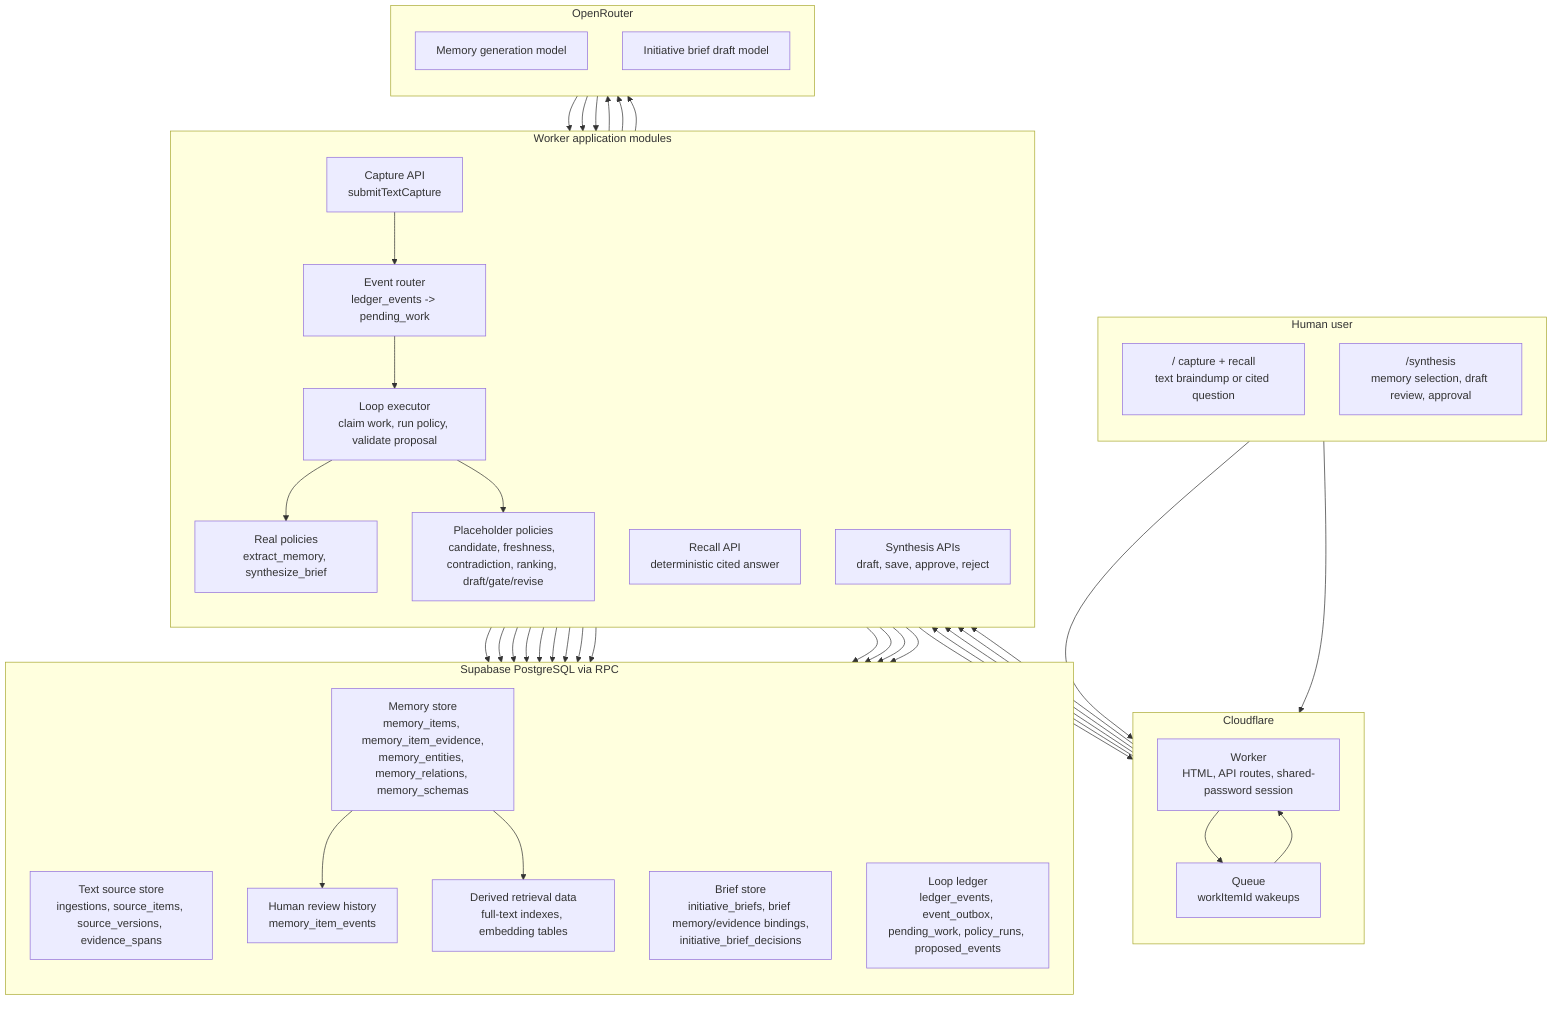
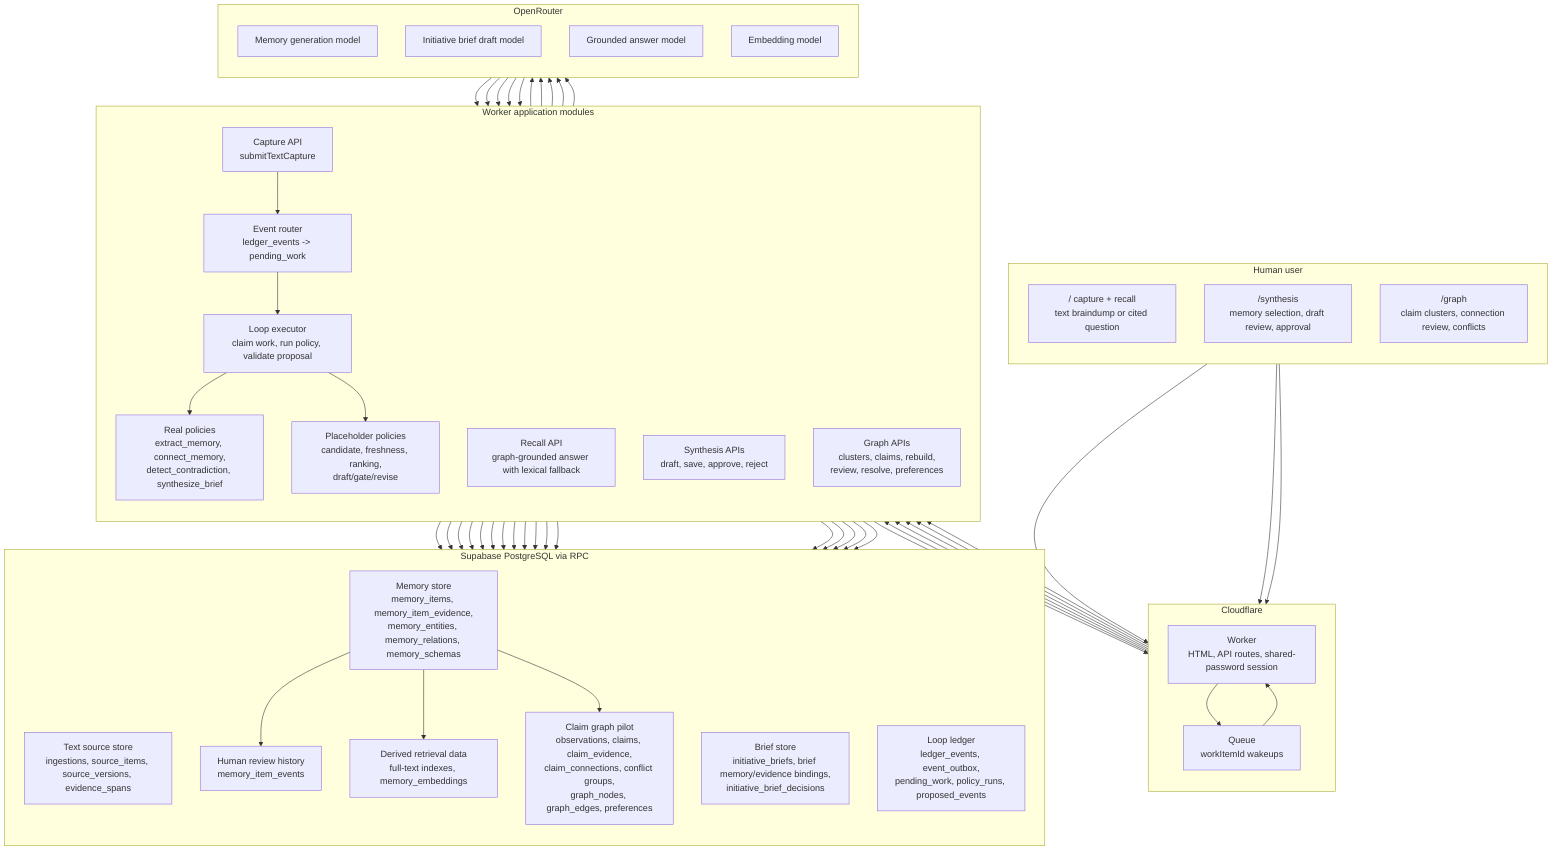
flowchart TB

%% DISTILLERY CURRENT SYSTEM
- %% Status: implemented private pilot as of 2026-07-08.
+ %% Status: implemented private pilot as of 2026-07-09.
%% PostgreSQL is canonical. Cloudflare Queue messages are wakeups only.

subgraph USER["Human user"]
  direction TB
  U1["/ capture + recall<br/>text braindump or cited question"]
  U2["/synthesis<br/>memory selection, draft review, approval"]
+   U3["/graph<br/>claim clusters, connection review, conflicts"]
end

subgraph CF["Cloudflare"]
  direction TB
  W["Worker<br/>HTML, API routes, shared-password session"]
  Q["Queue<br/>workItemId wakeups"]
end

subgraph APP["Worker application modules"]
  direction TB
  A1["Capture API<br/>submitTextCapture"]
-   A2["Recall API<br/>deterministic cited answer"]
+   A2["Recall API<br/>graph-grounded answer with lexical fallback"]
  A3["Synthesis APIs<br/>draft, save, approve, reject"]
  A4["Event router<br/>ledger_events -> pending_work"]
  A5["Loop executor<br/>claim work, run policy, validate proposal"]
-   A6["Real policies<br/>extract_memory, synthesize_brief"]
-   A7["Placeholder policies<br/>candidate, freshness, contradiction, ranking, draft/gate/revise"]
+   A6["Real policies<br/>extract_memory, connect_memory,<br/>detect_contradiction, synthesize_brief"]
+   A7["Placeholder policies<br/>candidate, freshness, ranking,<br/>draft/gate/revise"]
+   A8["Graph APIs<br/>clusters, claims, rebuild,<br/>review, resolve, preferences"]
end

subgraph MODEL["OpenRouter"]
  direction TB
  M1["Memory generation model"]
  M2["Initiative brief draft model"]
+   M3["Grounded answer model"]
+   M4["Embedding model"]
end

subgraph DB["Supabase PostgreSQL via RPC"]
  direction TB
  D1["Text source store<br/>ingestions, source_items, source_versions, evidence_spans"]
  D2["Memory store<br/>memory_items, memory_item_evidence,<br/>memory_entities, memory_relations, memory_schemas"]
  D3["Human review history<br/>memory_item_events"]
  D4["Brief store<br/>initiative_briefs, brief memory/evidence bindings,<br/>initiative_brief_decisions"]
  D5["Loop ledger<br/>ledger_events, event_outbox,<br/>pending_work, policy_runs, proposed_events"]
-   D6["Derived retrieval data<br/>full-text indexes, embedding tables"]
+   D6["Derived retrieval data<br/>full-text indexes, memory_embeddings"]
+   D7["Claim graph pilot<br/>observations, claims, claim_evidence,<br/>claim_connections, conflict groups,<br/>graph_nodes, graph_edges, preferences"]
end

U1 --> W
U2 --> W
+ U3 --> W
W --> A1
W --> A2
W --> A3
+ W --> A8
W --> A4
Q --> W
W --> Q

A1 --> D1
A1 --> D5
A1 --> A4

A4 --> D5
A4 --> Q
A4 --> A5

A5 --> D5
A5 --> A6
A5 --> A7
A6 --> M1
A6 --> M2
+ A6 --> M4
M1 --> A6
M2 --> A6
+ M4 --> A6
A5 --> D2
A5 --> D4
A5 --> D5
+ A5 --> D7

A2 --> D2
A2 --> D1
A2 --> D6
+ A2 --> D7
+ A2 --> M3
+ M3 --> A2

A3 --> D2
A3 --> D1
A3 --> M2
M2 --> A3
A3 --> D4

D2 --> D3
D2 --> D6
+ D2 --> D7
+ 
+ A8 --> D7
+ A8 --> D2
